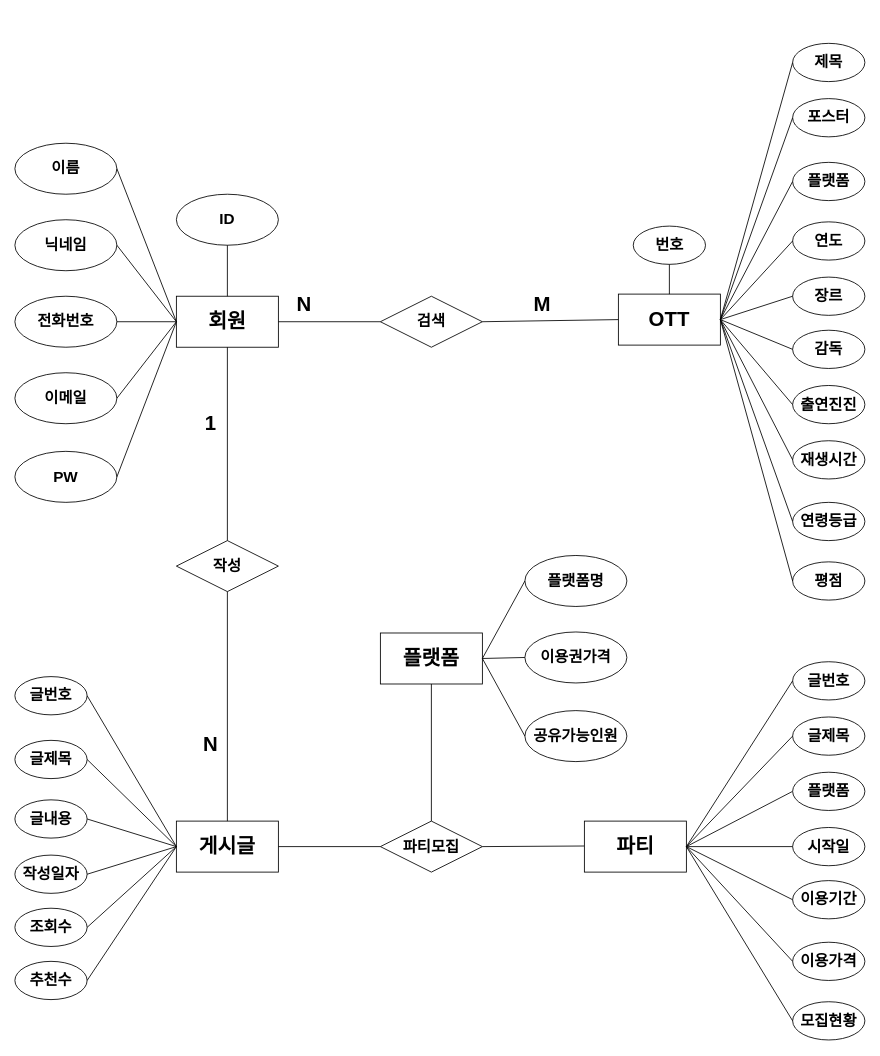
This is DB.drawio from Baek91/webTest, a draw.io file, before an edit. Source tidied: cells renumbered, new cells numbered last; positions are measured from the earlier drawing's top-left corner, leaving out a move shared by most shapes. Both pictures are drawn from the tidied source at 85%, with x=0, y=0 at pixel (14, 42).
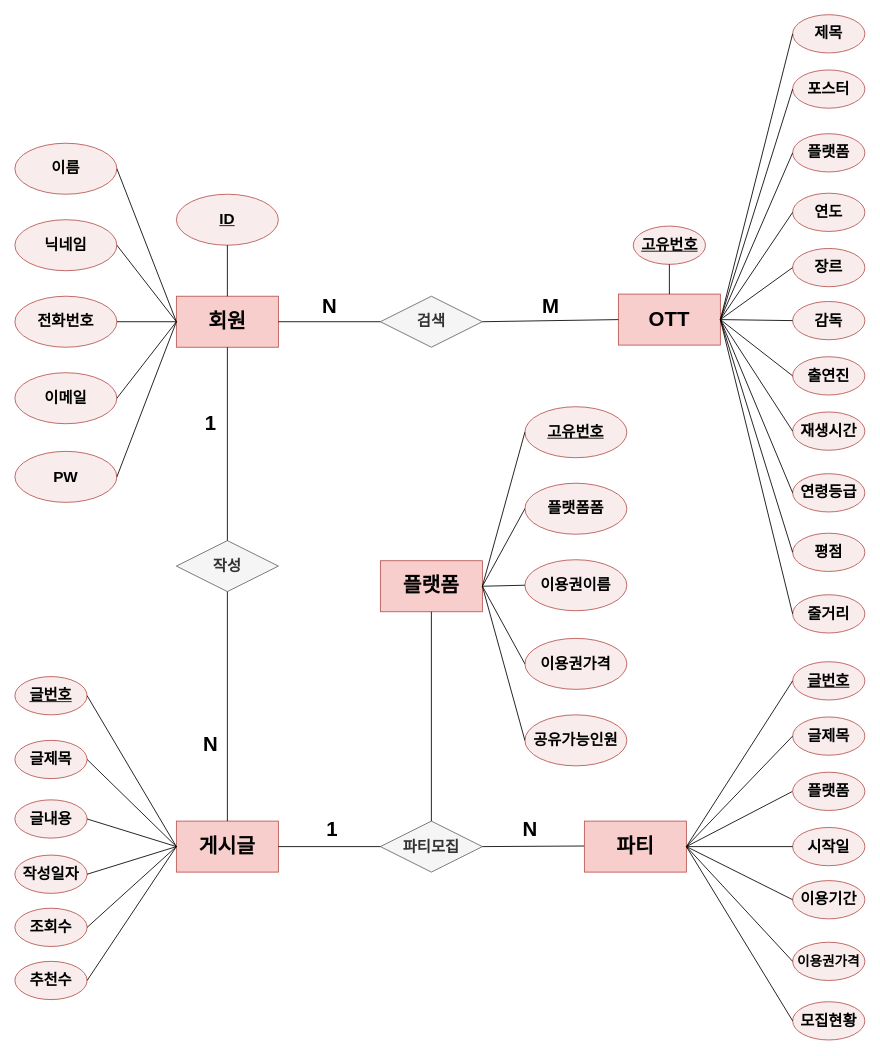
Above is the later version.

What changed in the source:
```diff
@@
-    <mxCell id="2" value="&lt;font size=&quot;1&quot;&gt;&lt;b style=&quot;font-size: 24px;&quot;&gt;회원&lt;/b&gt;&lt;/font&gt;" style="rounded=0;whiteSpace=wrap;html=1;" parent="1" vertex="1">
+    <mxCell id="2" value="&lt;font size=&quot;1&quot;&gt;&lt;b style=&quot;font-size: 24px;&quot;&gt;회원&lt;/b&gt;&lt;/font&gt;" style="rounded=0;whiteSpace=wrap;html=1;fillColor=#f8cecc;strokeColor=#b85450;" parent="1" vertex="1">
       <mxGeometry x="190" y="298" width="120" height="60" as="geometry" />
     </mxCell>
-    <mxCell id="3" value="&lt;b&gt;&lt;font style=&quot;font-size: 18px;&quot;&gt;닉네임&lt;/font&gt;&lt;/b&gt;" style="ellipse;whiteSpace=wrap;html=1;" parent="1" vertex="1">
+    <mxCell id="3" value="&lt;b&gt;&lt;font style=&quot;font-size: 18px;&quot;&gt;닉네임&lt;/font&gt;&lt;/b&gt;" style="ellipse;whiteSpace=wrap;html=1;fillColor=#F8ECEC;strokeColor=#b85450;" parent="1" vertex="1">
       <mxGeometry y="208" width="120" height="60" as="geometry" />
     </mxCell>
@@
-    <mxCell id="5" value="&lt;span style=&quot;font-size: 18px;&quot;&gt;&lt;b&gt;PW&lt;/b&gt;&lt;/span&gt;" style="ellipse;whiteSpace=wrap;html=1;" parent="1" vertex="1">
+    <mxCell id="5" value="&lt;span style=&quot;font-size: 18px;&quot;&gt;&lt;b&gt;PW&lt;/b&gt;&lt;/span&gt;" style="ellipse;whiteSpace=wrap;html=1;fillColor=#F8ECEC;strokeColor=#b85450;" parent="1" vertex="1">
       <mxGeometry y="480.5" width="120" height="60" as="geometry" />
     </mxCell>
-    <mxCell id="6" value="&lt;span style=&quot;font-size: 18px;&quot;&gt;&lt;b&gt;ID&lt;/b&gt;&lt;/span&gt;" style="ellipse;whiteSpace=wrap;html=1;" parent="1" vertex="1">
+    <mxCell id="6" value="&lt;span style=&quot;font-size: 18px;&quot;&gt;&lt;b&gt;&lt;u&gt;ID&lt;/u&gt;&lt;/b&gt;&lt;/span&gt;" style="ellipse;whiteSpace=wrap;html=1;fillColor=#F8ECEC;strokeColor=#b85450;" parent="1" vertex="1">
       <mxGeometry x="190" y="178" width="120" height="60" as="geometry" />
     </mxCell>
@@
-    <mxCell id="9" value="&lt;b&gt;&lt;font style=&quot;font-size: 18px;&quot;&gt;이메일&lt;/font&gt;&lt;/b&gt;" style="ellipse;whiteSpace=wrap;html=1;" parent="1" vertex="1">
+    <mxCell id="9" value="&lt;b&gt;&lt;font style=&quot;font-size: 18px;&quot;&gt;이메일&lt;/font&gt;&lt;/b&gt;" style="ellipse;whiteSpace=wrap;html=1;fillColor=#F8ECEC;strokeColor=#b85450;" parent="1" vertex="1">
       <mxGeometry y="388" width="120" height="60" as="geometry" />
     </mxCell>
@@
-    <mxCell id="11" value="&lt;b&gt;&lt;font style=&quot;font-size: 18px;&quot;&gt;전화번호&lt;/font&gt;&lt;/b&gt;" style="ellipse;whiteSpace=wrap;html=1;" parent="1" vertex="1">
+    <mxCell id="11" value="&lt;b&gt;&lt;font style=&quot;font-size: 18px;&quot;&gt;전화번호&lt;/font&gt;&lt;/b&gt;" style="ellipse;whiteSpace=wrap;html=1;fillColor=#F8ECEC;strokeColor=#b85450;" parent="1" vertex="1">
       <mxGeometry y="298" width="120" height="60" as="geometry" />
     </mxCell>
@@
-    <mxCell id="13" value="&lt;font style=&quot;font-size: 18px;&quot;&gt;&lt;b&gt;검색&lt;/b&gt;&lt;/font&gt;" style="rhombus;whiteSpace=wrap;html=1;" parent="1" vertex="1">
+    <mxCell id="13" value="&lt;font style=&quot;font-size: 18px;&quot;&gt;&lt;b&gt;검색&lt;/b&gt;&lt;/font&gt;" style="rhombus;whiteSpace=wrap;html=1;fillColor=#f5f5f5;fontColor=#333333;strokeColor=#666666;" parent="1" vertex="1">
       <mxGeometry x="430" y="298" width="120" height="60" as="geometry" />
     </mxCell>
@@
-    <mxCell id="15" value="&lt;b style=&quot;border-color: var(--border-color); font-size: 24px;&quot;&gt;OTT&lt;/b&gt;" style="rounded=0;whiteSpace=wrap;html=1;" parent="1" vertex="1">
+    <mxCell id="15" value="&lt;b style=&quot;border-color: var(--border-color); font-size: 24px;&quot;&gt;OTT&lt;/b&gt;" style="rounded=0;whiteSpace=wrap;html=1;fillColor=#f8cecc;strokeColor=#b85450;" parent="1" vertex="1">
       <mxGeometry x="710" y="295.5" width="120" height="60" as="geometry" />
     </mxCell>
-    <mxCell id="16" value="&lt;b&gt;&lt;font style=&quot;font-size: 18px;&quot;&gt;제목&lt;/font&gt;&lt;/b&gt;" style="ellipse;whiteSpace=wrap;html=1;" parent="1" vertex="1">
-      <mxGeometry x="915" y="0.5" width="85" height="45" as="geometry" />
+    <mxCell id="16" value="&lt;b&gt;&lt;font style=&quot;font-size: 18px;&quot;&gt;제목&lt;/font&gt;&lt;/b&gt;" style="ellipse;whiteSpace=wrap;html=1;fillColor=#F8ECEC;strokeColor=#b85450;" parent="1" vertex="1">
+      <mxGeometry x="915" y="-33.2" width="85" height="45" as="geometry" />
     </mxCell>
-    <mxCell id="17" value="&lt;b&gt;&lt;font style=&quot;font-size: 18px;&quot;&gt;연도&lt;/font&gt;&lt;/b&gt;" style="ellipse;whiteSpace=wrap;html=1;" parent="1" vertex="1">
-      <mxGeometry x="915" y="210.5" width="85" height="45" as="geometry" />
+    <mxCell id="17" value="&lt;b&gt;&lt;font style=&quot;font-size: 18px;&quot;&gt;연도&lt;/font&gt;&lt;/b&gt;" style="ellipse;whiteSpace=wrap;html=1;fillColor=#F8ECEC;strokeColor=#b85450;" parent="1" vertex="1">
+      <mxGeometry x="915" y="176.8" width="85" height="45" as="geometry" />
     </mxCell>
-    <mxCell id="18" value="&lt;span style=&quot;font-size: 18px;&quot;&gt;&lt;b&gt;번호&lt;/b&gt;&lt;/span&gt;" style="ellipse;whiteSpace=wrap;html=1;" parent="1" vertex="1">
+    <mxCell id="18" value="&lt;span style=&quot;font-size: 18px;&quot;&gt;&lt;b&gt;&lt;u&gt;고유번호&lt;/u&gt;&lt;/b&gt;&lt;/span&gt;" style="ellipse;whiteSpace=wrap;html=1;fillColor=#F8ECEC;strokeColor=#b85450;" parent="1" vertex="1">
       <mxGeometry x="727.5" y="215.5" width="85" height="45" as="geometry" />
     </mxCell>
@@
-    <mxCell id="22" value="&lt;b&gt;&lt;font style=&quot;font-size: 18px;&quot;&gt;재생시간&lt;/font&gt;&lt;/b&gt;" style="ellipse;whiteSpace=wrap;html=1;" parent="1" vertex="1">
-      <mxGeometry x="915" y="468" width="85" height="45" as="geometry" />
+    <mxCell id="22" value="&lt;b&gt;&lt;font style=&quot;font-size: 18px;&quot;&gt;재생시간&lt;/font&gt;&lt;/b&gt;" style="ellipse;whiteSpace=wrap;html=1;fillColor=#F8ECEC;strokeColor=#b85450;" parent="1" vertex="1">
+      <mxGeometry x="915" y="434.2" width="85" height="45" as="geometry" />
     </mxCell>
-    <mxCell id="23" value="&lt;b&gt;&lt;font style=&quot;font-size: 18px;&quot;&gt;감독&lt;/font&gt;&lt;/b&gt;" style="ellipse;whiteSpace=wrap;html=1;" parent="1" vertex="1">
-      <mxGeometry x="915" y="338" width="85" height="45" as="geometry" />
+    <mxCell id="23" value="&lt;b&gt;&lt;font style=&quot;font-size: 18px;&quot;&gt;감독&lt;/font&gt;&lt;/b&gt;" style="ellipse;whiteSpace=wrap;html=1;fillColor=#F8ECEC;strokeColor=#b85450;" parent="1" vertex="1">
+      <mxGeometry x="915" y="304.2" width="85" height="45" as="geometry" />
     </mxCell>
@@
-    <mxCell id="26" value="&lt;span style=&quot;font-size: 18px;&quot;&gt;&lt;b&gt;출연진진&lt;/b&gt;&lt;/span&gt;" style="ellipse;whiteSpace=wrap;html=1;" parent="1" vertex="1">
-      <mxGeometry x="915" y="403" width="85" height="45" as="geometry" />
+    <mxCell id="26" value="&lt;span style=&quot;font-size: 18px;&quot;&gt;&lt;b&gt;출연진&lt;/b&gt;&lt;/span&gt;" style="ellipse;whiteSpace=wrap;html=1;fillColor=#F8ECEC;strokeColor=#b85450;" parent="1" vertex="1">
+      <mxGeometry x="915" y="369.2" width="85" height="45" as="geometry" />
     </mxCell>
-    <mxCell id="27" value="&lt;span style=&quot;font-size: 18px;&quot;&gt;&lt;b&gt;장르&lt;/b&gt;&lt;/span&gt;" style="ellipse;whiteSpace=wrap;html=1;" parent="1" vertex="1">
-      <mxGeometry x="915" y="275.5" width="85" height="45" as="geometry" />
+    <mxCell id="27" value="&lt;span style=&quot;font-size: 18px;&quot;&gt;&lt;b&gt;장르&lt;/b&gt;&lt;/span&gt;" style="ellipse;whiteSpace=wrap;html=1;fillColor=#F8ECEC;strokeColor=#b85450;" parent="1" vertex="1">
+      <mxGeometry x="915" y="241.8" width="85" height="45" as="geometry" />
     </mxCell>
@@
     <mxCell id="31" value="N" style="text;strokeColor=none;fillColor=none;html=1;fontSize=24;fontStyle=1;verticalAlign=middle;align=center;" parent="1" vertex="1">
-      <mxGeometry x="290" y="288" width="100" height="40" as="geometry" />
+      <mxGeometry x="320" y="290" width="100" height="40" as="geometry" />
     </mxCell>
     <mxCell id="32" value="M" style="text;strokeColor=none;fillColor=none;html=1;fontSize=24;fontStyle=1;verticalAlign=middle;align=center;" parent="1" vertex="1">
-      <mxGeometry x="570" y="288" width="100" height="40" as="geometry" />
+      <mxGeometry x="580" y="290" width="100" height="40" as="geometry" />
     </mxCell>
-    <mxCell id="33" value="&lt;span style=&quot;font-size: 18px;&quot;&gt;&lt;b&gt;이름&lt;/b&gt;&lt;/span&gt;" style="ellipse;whiteSpace=wrap;html=1;" parent="1" vertex="1">
+    <mxCell id="33" value="&lt;span style=&quot;font-size: 18px;&quot;&gt;&lt;b&gt;이름&lt;/b&gt;&lt;/span&gt;" style="ellipse;whiteSpace=wrap;html=1;fillColor=#F8ECEC;strokeColor=#b85450;" parent="1" vertex="1">
       <mxGeometry y="118" width="120" height="60" as="geometry" />
     </mxCell>
@@
-    <mxCell id="35" value="&lt;b&gt;&lt;font style=&quot;font-size: 18px;&quot;&gt;플랫폼&lt;/font&gt;&lt;/b&gt;" style="ellipse;whiteSpace=wrap;html=1;" parent="1" vertex="1">
-      <mxGeometry x="915" y="140.5" width="85" height="45" as="geometry" />
+    <mxCell id="35" value="&lt;b&gt;&lt;font style=&quot;font-size: 18px;&quot;&gt;플랫폼&lt;/font&gt;&lt;/b&gt;" style="ellipse;whiteSpace=wrap;html=1;fillColor=#F8ECEC;strokeColor=#b85450;" parent="1" vertex="1">
+      <mxGeometry x="915" y="106.8" width="85" height="45" as="geometry" />
     </mxCell>
-    <mxCell id="36" value="&lt;b&gt;&lt;font style=&quot;font-size: 18px;&quot;&gt;연령등급&lt;/font&gt;&lt;/b&gt;" style="ellipse;whiteSpace=wrap;html=1;" parent="1" vertex="1">
-      <mxGeometry x="915" y="540.5" width="85" height="45" as="geometry" />
+    <mxCell id="36" value="&lt;b&gt;&lt;font style=&quot;font-size: 18px;&quot;&gt;연령등급&lt;/font&gt;&lt;/b&gt;" style="ellipse;whiteSpace=wrap;html=1;fillColor=#F8ECEC;strokeColor=#b85450;" parent="1" vertex="1">
+      <mxGeometry x="915" y="506.8" width="85" height="45" as="geometry" />
     </mxCell>
@@
-    <mxCell id="39" value="&lt;b&gt;&lt;font style=&quot;font-size: 18px;&quot;&gt;포스터&lt;/font&gt;&lt;/b&gt;" style="ellipse;whiteSpace=wrap;html=1;" parent="1" vertex="1">
-      <mxGeometry x="915" y="65.5" width="85" height="45" as="geometry" />
+    <mxCell id="39" value="&lt;b&gt;&lt;font style=&quot;font-size: 18px;&quot;&gt;포스터&lt;/font&gt;&lt;/b&gt;" style="ellipse;whiteSpace=wrap;html=1;fillColor=#F8ECEC;strokeColor=#b85450;" parent="1" vertex="1">
+      <mxGeometry x="915" y="31.8" width="85" height="45" as="geometry" />
     </mxCell>
-    <mxCell id="40" value="&lt;b&gt;&lt;font style=&quot;font-size: 18px;&quot;&gt;평점&lt;/font&gt;&lt;/b&gt;" style="ellipse;whiteSpace=wrap;html=1;" parent="1" vertex="1">
-      <mxGeometry x="915" y="610.5" width="85" height="45" as="geometry" />
+    <mxCell id="40" value="&lt;b&gt;&lt;font style=&quot;font-size: 18px;&quot;&gt;평점&lt;/font&gt;&lt;/b&gt;" style="ellipse;whiteSpace=wrap;html=1;fillColor=#F8ECEC;strokeColor=#b85450;" parent="1" vertex="1">
+      <mxGeometry x="915" y="576.8" width="85" height="45" as="geometry" />
     </mxCell>
@@
-    <mxCell id="43" value="&lt;font style=&quot;font-size: 18px;&quot;&gt;&lt;b&gt;작성&lt;/b&gt;&lt;/font&gt;" style="rhombus;whiteSpace=wrap;html=1;" parent="1" vertex="1">
+    <mxCell id="43" value="&lt;font style=&quot;font-size: 18px;&quot;&gt;&lt;b&gt;작성&lt;/b&gt;&lt;/font&gt;" style="rhombus;whiteSpace=wrap;html=1;fillColor=#f5f5f5;fontColor=#333333;strokeColor=#666666;" parent="1" vertex="1">
       <mxGeometry x="190" y="585.5" width="120" height="60" as="geometry" />
     </mxCell>
@@
-    <mxCell id="45" value="&lt;b style=&quot;border-color: var(--border-color); font-size: 24px;&quot;&gt;게시글&lt;/b&gt;" style="rounded=0;whiteSpace=wrap;html=1;" parent="1" vertex="1">
+    <mxCell id="45" value="&lt;b style=&quot;border-color: var(--border-color); font-size: 24px;&quot;&gt;게시글&lt;/b&gt;" style="rounded=0;whiteSpace=wrap;html=1;fillColor=#f8cecc;strokeColor=#b85450;" parent="1" vertex="1">
       <mxGeometry x="190" y="915.5" width="120" height="60" as="geometry" />
     </mxCell>
@@
-    <mxCell id="47" value="&lt;b&gt;&lt;font style=&quot;font-size: 18px;&quot;&gt;글내용&lt;/font&gt;&lt;/b&gt;" style="ellipse;whiteSpace=wrap;html=1;" parent="1" vertex="1">
+    <mxCell id="47" value="&lt;b&gt;&lt;font style=&quot;font-size: 18px;&quot;&gt;글내용&lt;/font&gt;&lt;/b&gt;" style="ellipse;whiteSpace=wrap;html=1;fillColor=#F8ECEC;strokeColor=#b85450;" parent="1" vertex="1">
       <mxGeometry y="890.5" width="85" height="45" as="geometry" />
     </mxCell>
-    <mxCell id="48" value="&lt;b&gt;&lt;font style=&quot;font-size: 18px;&quot;&gt;조회수&lt;/font&gt;&lt;/b&gt;" style="ellipse;whiteSpace=wrap;html=1;" parent="1" vertex="1">
+    <mxCell id="48" value="&lt;b&gt;&lt;font style=&quot;font-size: 18px;&quot;&gt;조회수&lt;/font&gt;&lt;/b&gt;" style="ellipse;whiteSpace=wrap;html=1;fillColor=#F8ECEC;strokeColor=#b85450;" parent="1" vertex="1">
       <mxGeometry y="1018" width="85" height="45" as="geometry" />
     </mxCell>
-    <mxCell id="49" value="&lt;span style=&quot;font-size: 18px;&quot;&gt;&lt;b&gt;추천수&lt;/b&gt;&lt;/span&gt;" style="ellipse;whiteSpace=wrap;html=1;" parent="1" vertex="1">
+    <mxCell id="49" value="&lt;span style=&quot;font-size: 18px;&quot;&gt;&lt;b&gt;추천수&lt;/b&gt;&lt;/span&gt;" style="ellipse;whiteSpace=wrap;html=1;fillColor=#F8ECEC;strokeColor=#b85450;" parent="1" vertex="1">
       <mxGeometry y="1080.5" width="85" height="45" as="geometry" />
     </mxCell>
-    <mxCell id="50" value="&lt;span style=&quot;font-size: 18px;&quot;&gt;&lt;b&gt;작성일자&lt;/b&gt;&lt;/span&gt;" style="ellipse;whiteSpace=wrap;html=1;" parent="1" vertex="1">
+    <mxCell id="50" value="&lt;span style=&quot;font-size: 18px;&quot;&gt;&lt;b&gt;작성일자&lt;/b&gt;&lt;/span&gt;" style="ellipse;whiteSpace=wrap;html=1;fillColor=#F8ECEC;strokeColor=#b85450;" parent="1" vertex="1">
       <mxGeometry y="955.5" width="85" height="45" as="geometry" />
     </mxCell>
-    <mxCell id="51" value="&lt;b&gt;&lt;font style=&quot;font-size: 18px;&quot;&gt;글제목&lt;/font&gt;&lt;/b&gt;" style="ellipse;whiteSpace=wrap;html=1;" parent="1" vertex="1">
+    <mxCell id="51" value="&lt;b&gt;&lt;font style=&quot;font-size: 18px;&quot;&gt;글제목&lt;/font&gt;&lt;/b&gt;" style="ellipse;whiteSpace=wrap;html=1;fillColor=#F8ECEC;strokeColor=#b85450;" parent="1" vertex="1">
       <mxGeometry y="820.5" width="85" height="45" as="geometry" />
     </mxCell>
-    <mxCell id="52" value="&lt;b&gt;&lt;font style=&quot;font-size: 18px;&quot;&gt;글번호&lt;/font&gt;&lt;/b&gt;" style="ellipse;whiteSpace=wrap;html=1;" parent="1" vertex="1">
+    <mxCell id="52" value="&lt;b&gt;&lt;font style=&quot;font-size: 18px;&quot;&gt;&lt;u&gt;글번호&lt;/u&gt;&lt;/font&gt;&lt;/b&gt;" style="ellipse;whiteSpace=wrap;html=1;fillColor=#F8ECEC;strokeColor=#b85450;" parent="1" vertex="1">
       <mxGeometry y="745.5" width="85" height="45" as="geometry" />
     </mxCell>
@@
-    <mxCell id="61" value="&lt;span style=&quot;font-size: 18px;&quot;&gt;&lt;b&gt;파티모집&lt;/b&gt;&lt;/span&gt;" style="rhombus;whiteSpace=wrap;html=1;" parent="1" vertex="1">
+    <mxCell id="61" value="&lt;span style=&quot;font-size: 18px;&quot;&gt;&lt;b&gt;파티모집&lt;/b&gt;&lt;/span&gt;" style="rhombus;whiteSpace=wrap;html=1;fillColor=#f5f5f5;fontColor=#333333;strokeColor=#666666;" parent="1" vertex="1">
       <mxGeometry x="430" y="915.5" width="120" height="60" as="geometry" />
     </mxCell>
@@
-    <mxCell id="64" value="&lt;b style=&quot;border-color: var(--border-color); font-size: 24px;&quot;&gt;파티&lt;/b&gt;" style="rounded=0;whiteSpace=wrap;html=1;" parent="1" vertex="1">
+    <mxCell id="64" value="&lt;b style=&quot;border-color: var(--border-color); font-size: 24px;&quot;&gt;파티&lt;/b&gt;" style="rounded=0;whiteSpace=wrap;html=1;fillColor=#f8cecc;strokeColor=#b85450;" parent="1" vertex="1">
       <mxGeometry x="670" y="915.5" width="120" height="60" as="geometry" />
     </mxCell>
-    <mxCell id="65" value="&lt;b&gt;&lt;font style=&quot;font-size: 18px;&quot;&gt;글번호&lt;/font&gt;&lt;/b&gt;" style="ellipse;whiteSpace=wrap;html=1;" parent="1" vertex="1">
+    <mxCell id="65" value="&lt;b&gt;&lt;font style=&quot;font-size: 18px;&quot;&gt;&lt;u&gt;글번호&lt;/u&gt;&lt;/font&gt;&lt;/b&gt;" style="ellipse;whiteSpace=wrap;html=1;fillColor=#F8ECEC;strokeColor=#b85450;" parent="1" vertex="1">
       <mxGeometry x="915" y="728" width="85" height="45" as="geometry" />
     </mxCell>
-    <mxCell id="66" value="&lt;b&gt;&lt;font style=&quot;font-size: 18px;&quot;&gt;이용기간&lt;/font&gt;&lt;/b&gt;" style="ellipse;whiteSpace=wrap;html=1;" parent="1" vertex="1">
+    <mxCell id="66" value="&lt;b&gt;&lt;font style=&quot;font-size: 18px;&quot;&gt;이용기간&lt;/font&gt;&lt;/b&gt;" style="ellipse;whiteSpace=wrap;html=1;fillColor=#F8ECEC;strokeColor=#b85450;" parent="1" vertex="1">
       <mxGeometry x="915" y="985.5" width="85" height="45" as="geometry" />
     </mxCell>
-    <mxCell id="67" value="&lt;span style=&quot;font-size: 18px;&quot;&gt;&lt;b&gt;시작일&lt;/b&gt;&lt;/span&gt;" style="ellipse;whiteSpace=wrap;html=1;" parent="1" vertex="1">
+    <mxCell id="67" value="&lt;span style=&quot;font-size: 18px;&quot;&gt;&lt;b&gt;시작일&lt;/b&gt;&lt;/span&gt;" style="ellipse;whiteSpace=wrap;html=1;fillColor=#F8ECEC;strokeColor=#b85450;" parent="1" vertex="1">
       <mxGeometry x="915" y="923" width="85" height="45" as="geometry" />
     </mxCell>
-    <mxCell id="68" value="&lt;span style=&quot;font-size: 18px;&quot;&gt;&lt;b&gt;글제목&lt;/b&gt;&lt;/span&gt;" style="ellipse;whiteSpace=wrap;html=1;" parent="1" vertex="1">
+    <mxCell id="68" value="&lt;span style=&quot;font-size: 18px;&quot;&gt;&lt;b&gt;글제목&lt;/b&gt;&lt;/span&gt;" style="ellipse;whiteSpace=wrap;html=1;fillColor=#F8ECEC;strokeColor=#b85450;" parent="1" vertex="1">
       <mxGeometry x="915" y="793" width="85" height="45" as="geometry" />
     </mxCell>
-    <mxCell id="69" value="&lt;span style=&quot;font-size: 18px;&quot;&gt;&lt;b&gt;이용가격&lt;/b&gt;&lt;/span&gt;" style="ellipse;whiteSpace=wrap;html=1;" parent="1" vertex="1">
+    <mxCell id="69" value="&lt;b style=&quot;&quot;&gt;&lt;font style=&quot;font-size: 16px;&quot;&gt;이용권가격&lt;/font&gt;&lt;/b&gt;" style="ellipse;whiteSpace=wrap;html=1;fillColor=#F8ECEC;strokeColor=#b85450;" parent="1" vertex="1">
       <mxGeometry x="915" y="1058" width="85" height="45" as="geometry" />
     </mxCell>
-    <mxCell id="70" value="&lt;b&gt;&lt;font style=&quot;font-size: 18px;&quot;&gt;모집현황&lt;/font&gt;&lt;/b&gt;" style="ellipse;whiteSpace=wrap;html=1;" parent="1" vertex="1">
+    <mxCell id="70" value="&lt;b&gt;&lt;font style=&quot;font-size: 18px;&quot;&gt;모집현황&lt;/font&gt;&lt;/b&gt;" style="ellipse;whiteSpace=wrap;html=1;fillColor=#F8ECEC;strokeColor=#b85450;" parent="1" vertex="1">
       <mxGeometry x="915" y="1128" width="85" height="45" as="geometry" />
     </mxCell>
@@
-    <mxCell id="78" value="&lt;b style=&quot;border-color: var(--border-color); font-size: 24px;&quot;&gt;플랫폼&lt;/b&gt;" style="rounded=0;whiteSpace=wrap;html=1;" parent="1" vertex="1">
-      <mxGeometry x="430" y="694.2" width="120" height="60" as="geometry" />
+    <mxCell id="78" value="&lt;b style=&quot;border-color: var(--border-color); font-size: 24px;&quot;&gt;플랫폼&lt;/b&gt;" style="rounded=0;whiteSpace=wrap;html=1;fillColor=#f8cecc;strokeColor=#b85450;" parent="1" vertex="1">
+      <mxGeometry x="430" y="609.2" width="120" height="60" as="geometry" />
     </mxCell>
@@
-    <mxCell id="80" value="&lt;span style=&quot;font-size: 18px;&quot;&gt;&lt;b&gt;플랫폼&lt;/b&gt;&lt;/span&gt;" style="ellipse;whiteSpace=wrap;html=1;" parent="1" vertex="1">
+    <mxCell id="80" value="&lt;span style=&quot;font-size: 18px;&quot;&gt;&lt;b&gt;플랫폼&lt;/b&gt;&lt;/span&gt;" style="ellipse;whiteSpace=wrap;html=1;fillColor=#F8ECEC;strokeColor=#b85450;" parent="1" vertex="1">
       <mxGeometry x="915" y="858" width="85" height="45" as="geometry" />
     </mxCell>
-    <mxCell id="81" value="&lt;span style=&quot;font-size: 18px;&quot;&gt;&lt;b&gt;공유가능인원&lt;/b&gt;&lt;/span&gt;" style="ellipse;whiteSpace=wrap;html=1;" parent="1" vertex="1">
-      <mxGeometry x="600" y="785.5" width="120" height="60" as="geometry" />
+    <mxCell id="81" value="&lt;span style=&quot;font-size: 18px;&quot;&gt;&lt;b&gt;이용권가격&lt;/b&gt;&lt;/span&gt;" style="ellipse;whiteSpace=wrap;html=1;fillColor=#F8ECEC;strokeColor=#b85450;" parent="1" vertex="1">
+      <mxGeometry x="600" y="700.5" width="120" height="60" as="geometry" />
     </mxCell>
-    <mxCell id="82" value="&lt;b&gt;&lt;font style=&quot;font-size: 18px;&quot;&gt;이용권가격&lt;/font&gt;&lt;/b&gt;" style="ellipse;whiteSpace=wrap;html=1;" parent="1" vertex="1">
-      <mxGeometry x="600" y="693" width="120" height="60" as="geometry" />
+    <mxCell id="82" value="&lt;b&gt;&lt;font style=&quot;font-size: 18px;&quot;&gt;이용권이름&lt;/font&gt;&lt;/b&gt;" style="ellipse;whiteSpace=wrap;html=1;fillColor=#F8ECEC;strokeColor=#b85450;" parent="1" vertex="1">
+      <mxGeometry x="600" y="608" width="120" height="60" as="geometry" />
     </mxCell>
-    <mxCell id="83" value="&lt;b&gt;&lt;font style=&quot;font-size: 18px;&quot;&gt;플랫폼명&lt;/font&gt;&lt;/b&gt;" style="ellipse;whiteSpace=wrap;html=1;" parent="1" vertex="1">
-      <mxGeometry x="600" y="603" width="120" height="60" as="geometry" />
+    <mxCell id="83" value="&lt;b&gt;&lt;font style=&quot;font-size: 18px;&quot;&gt;플랫폼폼&lt;/font&gt;&lt;/b&gt;" style="ellipse;whiteSpace=wrap;html=1;fillColor=#F8ECEC;strokeColor=#b85450;" parent="1" vertex="1">
+      <mxGeometry x="600" y="518" width="120" height="60" as="geometry" />
     </mxCell>
@@
+    <mxCell id="87" value="&lt;b&gt;&lt;font style=&quot;font-size: 18px;&quot;&gt;줄거리&lt;/font&gt;&lt;/b&gt;" style="ellipse;whiteSpace=wrap;html=1;fillColor=#F8ECEC;strokeColor=#b85450;" parent="1" vertex="1">
+      <mxGeometry x="915" y="649.2" width="85" height="45" as="geometry" />
+    </mxCell>
+    <mxCell id="88" style="endArrow=none;html=1;rounded=0;entryX=0;entryY=0.5;entryDx=0;entryDy=0;exitX=1;exitY=0.5;exitDx=0;exitDy=0;" parent="1" edge="1" source="15" target="87">
+      <mxGeometry relative="1" as="geometry" />
+    </mxCell>
+    <mxCell id="89" value="&lt;b&gt;&lt;font style=&quot;font-size: 18px;&quot;&gt;&lt;u&gt;고유번호&lt;/u&gt;&lt;/font&gt;&lt;/b&gt;" style="ellipse;whiteSpace=wrap;html=1;fillColor=#F8ECEC;strokeColor=#b85450;" parent="1" vertex="1">
+      <mxGeometry x="600" y="428" width="120" height="60" as="geometry" />
+    </mxCell>
+    <mxCell id="90" value="&lt;span style=&quot;font-size: 18px;&quot;&gt;&lt;b&gt;공유가능인원&lt;/b&gt;&lt;/span&gt;" style="ellipse;whiteSpace=wrap;html=1;fillColor=#F8ECEC;strokeColor=#b85450;" parent="1" vertex="1">
+      <mxGeometry x="600" y="790.5" width="120" height="60" as="geometry" />
+    </mxCell>
+    <mxCell id="91" style="endArrow=none;html=1;rounded=0;entryX=0;entryY=0.5;entryDx=0;entryDy=0;exitX=1;exitY=0.5;exitDx=0;exitDy=0;" parent="1" edge="1" source="78" target="90">
+      <mxGeometry relative="1" as="geometry" />
+    </mxCell>
+    <mxCell id="92" style="endArrow=none;html=1;rounded=0;entryX=0;entryY=0.5;entryDx=0;entryDy=0;exitX=1;exitY=0.5;exitDx=0;exitDy=0;" parent="1" edge="1" source="78" target="89">
+      <mxGeometry relative="1" as="geometry" />
+    </mxCell>
+    <mxCell id="93" value="1" style="text;strokeColor=none;fillColor=none;html=1;fontSize=24;fontStyle=1;verticalAlign=middle;align=center;" parent="1" vertex="1">
+      <mxGeometry x="323" y="906" width="100" height="40" as="geometry" />
+    </mxCell>
+    <mxCell id="94" value="N" style="text;strokeColor=none;fillColor=none;html=1;fontSize=24;fontStyle=1;verticalAlign=middle;align=center;" parent="1" vertex="1">
+      <mxGeometry x="556" y="906" width="100" height="40" as="geometry" />
+    </mxCell>
```
